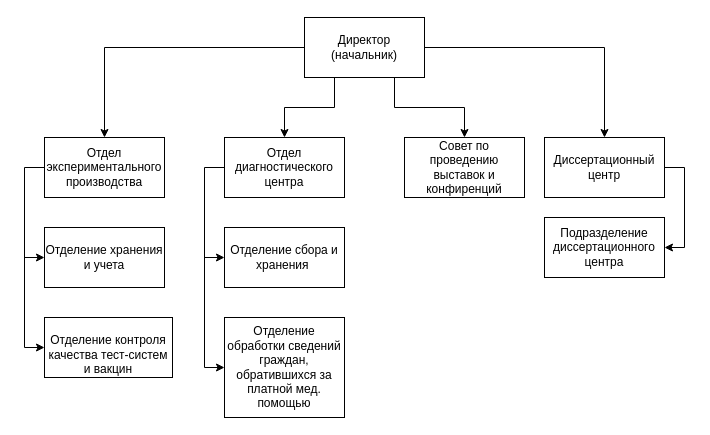
The draw.io diagram Диаграмма без названия.drawio in dimafominykh/univer-, before the edit. Source tidied: cells renumbered, new cells numbered last; positions are measured from the earlier drawing's top-left corner, leaving out a move shared by most shapes. Both pictures are drawn from the tidied source at 100%, with x=0, y=0 at pixel (24, 17).
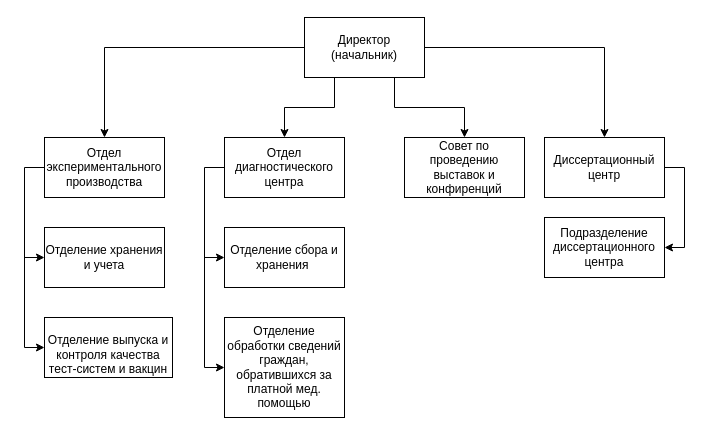
The same diagram, later.

Change to the diagram source:
```diff
@@
-    <mxCell id="10" value="&lt;br&gt;Отделение контроля качества тест-систем и вакцин" style="rounded=0;whiteSpace=wrap;html=1;align=center;" parent="1" vertex="1">
+    <mxCell id="10" value="&lt;br&gt;Отделение выпуска и контроля качества тест-систем и вакцин" style="rounded=0;whiteSpace=wrap;html=1;align=center;" parent="1" vertex="1">
       <mxGeometry x="20" y="300" width="128" height="60" as="geometry" />
     </mxCell>
```
